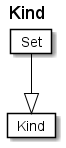
rtigran/rdf2adoc keeps this PlantUML diagram as fragments/diagrams/Kind.png. Above is the earlier version.
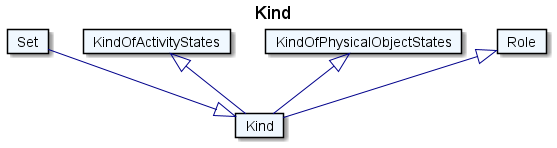
After the change.

The edit, as a diff of the source:
```diff
@@ -1,11 +1,23 @@
 @startuml
 Title Kind
 
-Card Kind #fff [
+Card Kind #F0F8FF [
 Kind
 ]
-Card Set #fff [
+Card Set #F0F8FF [
 Set
 ]
-Set --|> Kind  #000
+Set --|> Kind  #00008B
+Card KindOfActivityStates #F0F8FF [
+KindOfActivityStates
+]
+KindOfActivityStates <|-- Kind  #00008B
+Card KindOfPhysicalObjectStates #F0F8FF [
+KindOfPhysicalObjectStates
+]
+KindOfPhysicalObjectStates <|-- Kind  #00008B
+Card Role #F0F8FF [
+Role
+]
+Role <|-- Kind  #00008B
 @enduml
```
